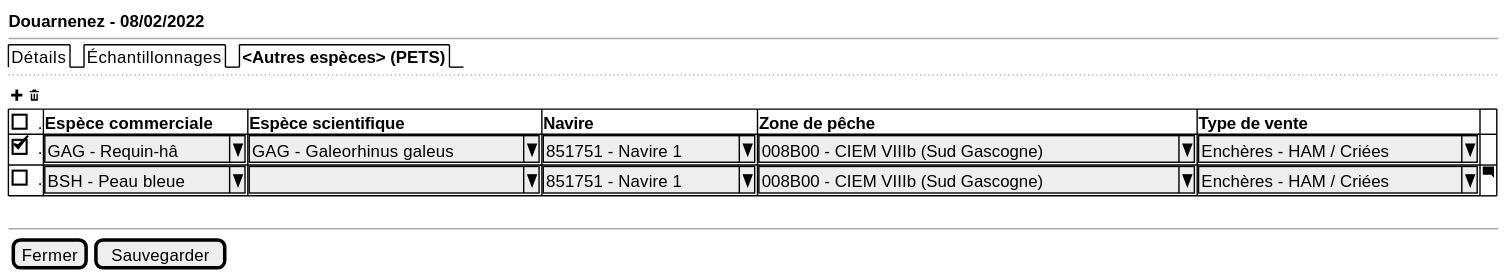
Above: projects/obsvente/spe/images/landings-others-table.svg in sumaris-net/sumaris-doc (PlantUML), before the change. The source it was exported from:
```plantuml
@startsalt
{
  <b>Douarnenez - 08/02/2022
  --
  {/  Détails | Échantillonnages | <b><Autres espèces> (PETS)}
  ..
  { <&plus> <&trash> }

	{#

      [].| <b>Espèce commerciale | <b>Espèce scientifique  | <b>Navire | <b>Zone de pêche| <b>Type de vente | .
      [X]. | ^GAG - Requin-hâ ^ | ^GAG - Galeorhinus galeus^ | ^851751 - Navire 1^ | ^008B00 - CIEM VIIIb (Sud Gascogne)   ^ | ^Enchères - HAM / Criées^ | .
      []. | ^BSH - Peau bleue^ | ^                        ^ | ^851751 - Navire 1^ | ^008B00 - CIEM VIIIb (Sud Gascogne)   ^ | ^Enchères - HAM / Criées^ | <&comment-square>
    }
    .
  --


  {
    [Fermer] | [Sauvegarder]
  }
}
@endsalt
```
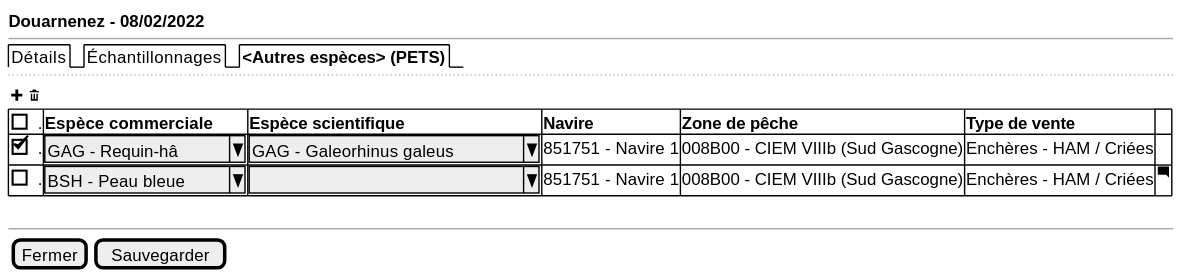
After the change.

Change to the diagram source:
```diff
@@ -9,8 +9,8 @@
 	{#
 
       [].| <b>Espèce commerciale | <b>Espèce scientifique  | <b>Navire | <b>Zone de pêche| <b>Type de vente | .
-      [X]. | ^GAG - Requin-hâ ^ | ^GAG - Galeorhinus galeus^ | ^851751 - Navire 1^ | ^008B00 - CIEM VIIIb (Sud Gascogne)   ^ | ^Enchères - HAM / Criées^ | .
-      []. | ^BSH - Peau bleue^ | ^                        ^ | ^851751 - Navire 1^ | ^008B00 - CIEM VIIIb (Sud Gascogne)   ^ | ^Enchères - HAM / Criées^ | <&comment-square>
+      [X]. | ^GAG - Requin-hâ ^ | ^GAG - Galeorhinus galeus^ | 851751 - Navire 1 | 008B00 - CIEM VIIIb (Sud Gascogne) | Enchères - HAM / Criées | .
+      []. | ^BSH - Peau bleue^ | ^                        ^ | 851751 - Navire 1 | 008B00 - CIEM VIIIb (Sud Gascogne) | Enchères - HAM / Criées | <&comment-square>
     }
     .
   --
```
